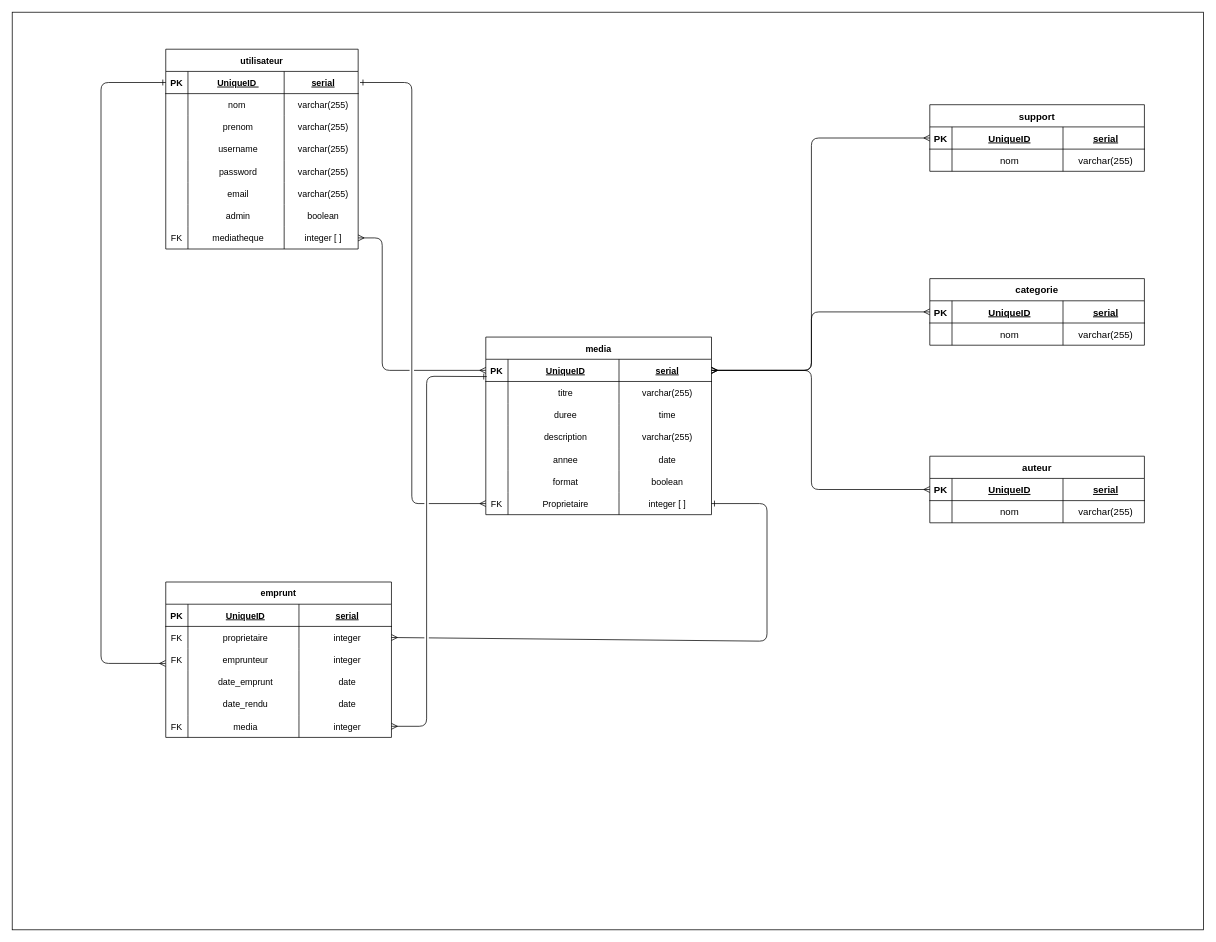
The draw.io diagram diagramClass.drawio in DarKaizoku/medialand_back, before the edit. Source tidied: cells renumbered, new cells numbered last; positions are measured from the earlier drawing's top-left corner, leaving out a move shared by most shapes. Both pictures are drawn from the tidied source at 74%, with x=0, y=0 at pixel (12, 12).
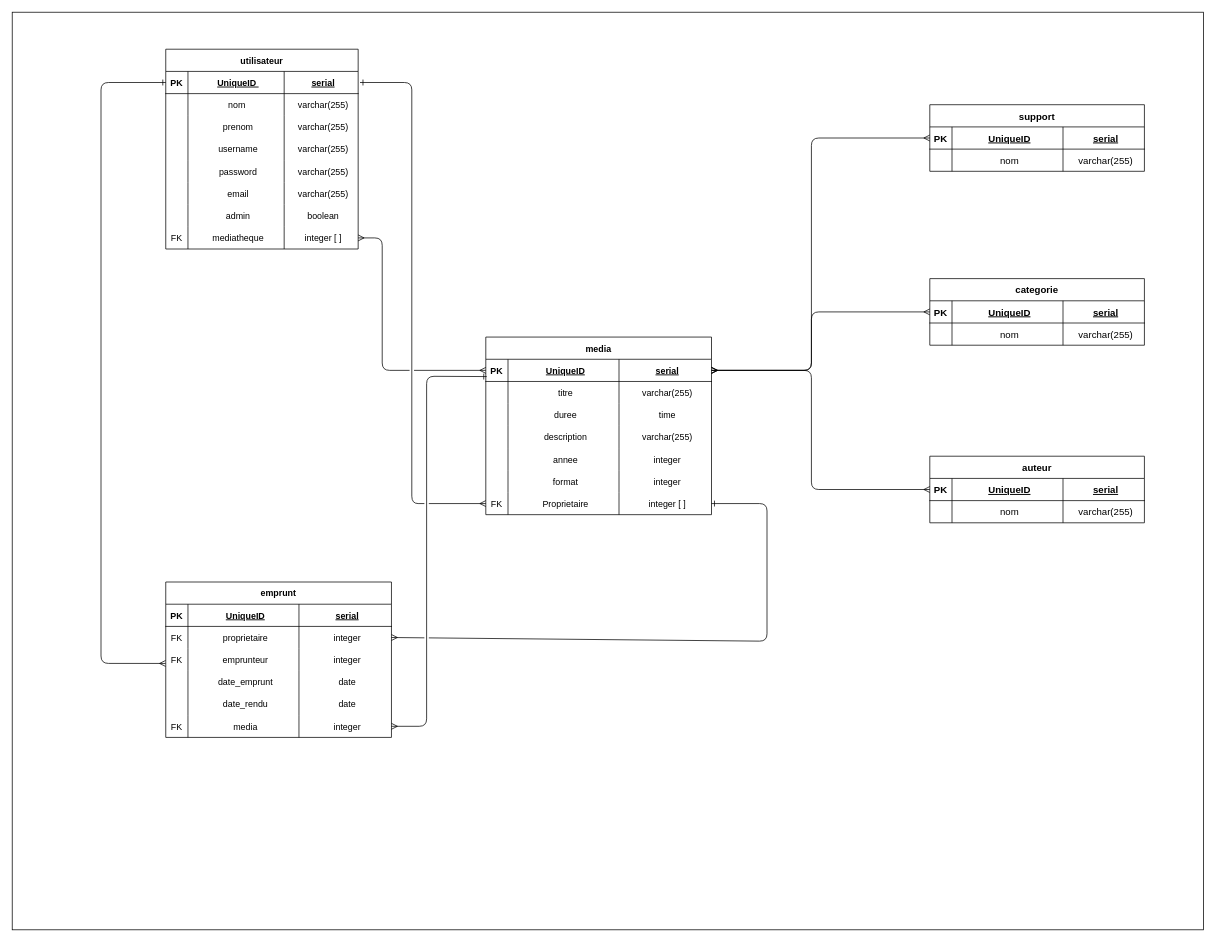
After the change.

The change refers to these unchanged cells:
```xml
<mxCell id="20" style="shape=tableRow;horizontal=0;startSize=0;swimlaneHead=0;swimlaneBody=0;fillColor=none;top=0;left=0;right=0;bottom=0;" parent="3" vertex="1">
  <mxGeometry y="150" width="305" height="30" as="geometry" />
</mxCell>
<mxCell id="24" style="shape=tableRow;horizontal=0;startSize=0;swimlaneHead=0;swimlaneBody=0;fillColor=none;top=0;left=0;right=0;bottom=0;" parent="3" vertex="1">
  <mxGeometry y="180" width="305" height="30" as="geometry" />
</mxCell>
```

Change to the diagram source:
```diff
@@
-    <mxCell id="23" value="date" style="shape=partialRectangle;fillColor=none;top=0;left=0;bottom=0;right=0;align=center;spacingLeft=6;overflow=hidden;" parent="20" vertex="1">
+    <mxCell id="23" value="integer" style="shape=partialRectangle;fillColor=none;top=0;left=0;bottom=0;right=0;align=center;spacingLeft=6;overflow=hidden;" parent="20" vertex="1">
       <mxGeometry x="180" width="125" height="30" as="geometry" />
     </mxCell>
@@
-    <mxCell id="27" value="boolean" style="shape=partialRectangle;fillColor=none;top=0;left=0;bottom=0;right=0;align=center;spacingLeft=6;overflow=hidden;" parent="24" vertex="1">
+    <mxCell id="27" value="integer" style="shape=partialRectangle;fillColor=none;top=0;left=0;bottom=0;right=0;align=center;spacingLeft=6;overflow=hidden;" parent="24" vertex="1">
       <mxGeometry x="180" width="125" height="30" as="geometry" />
     </mxCell>
```
